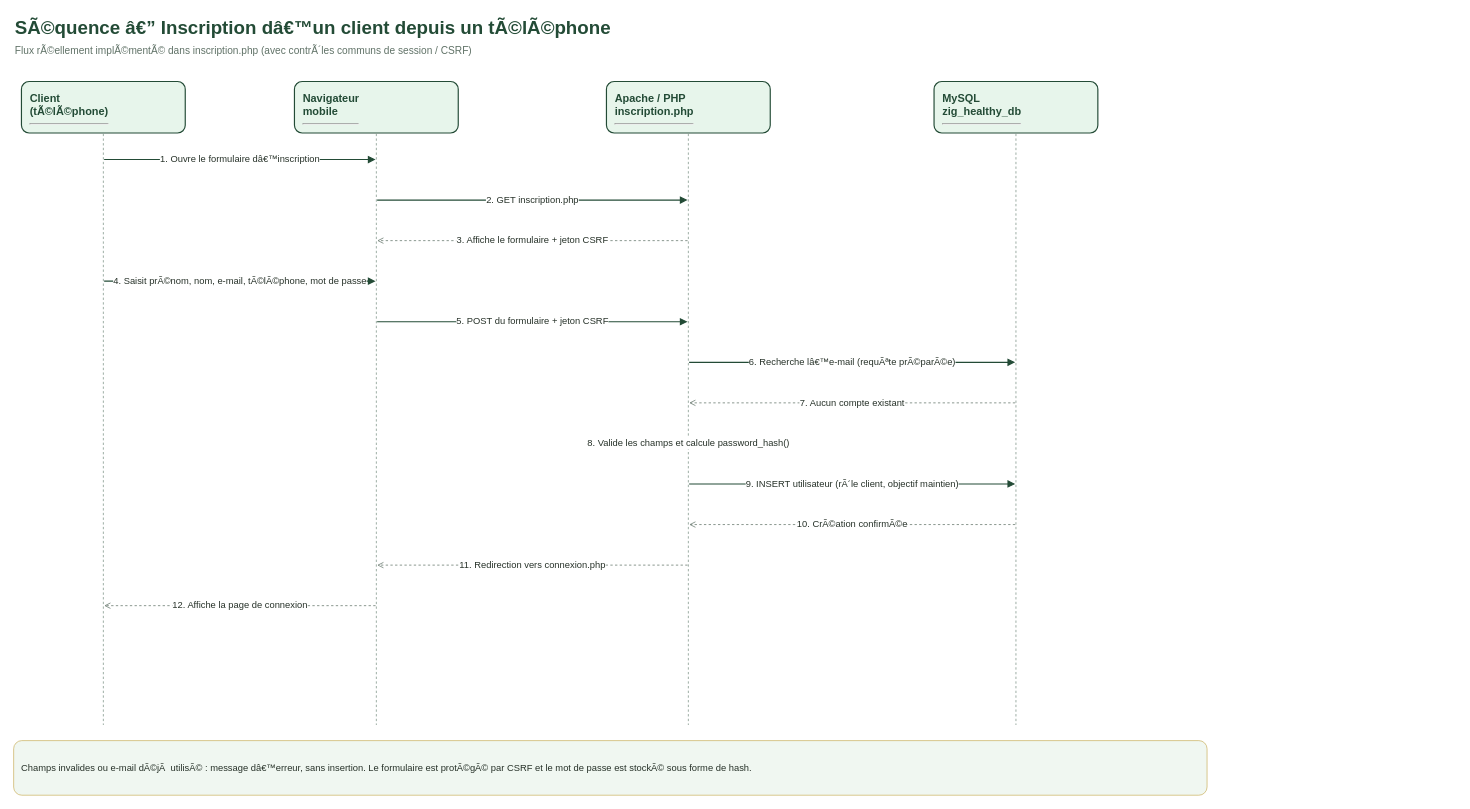
This is page "Séquence - inscription" (4 of 8) of diagrammes_SSHealthy.drawio from nooralshams/SS-Healthy, a draw.io file, before an edit. Source tidied: cells renumbered, new cells numbered last; positions are measured from the earlier drawing's top-left corner, leaving out a move shared by most shapes. Both pictures are drawn from the tidied source at 78%, with x=0, y=0 at pixel (13, 13).
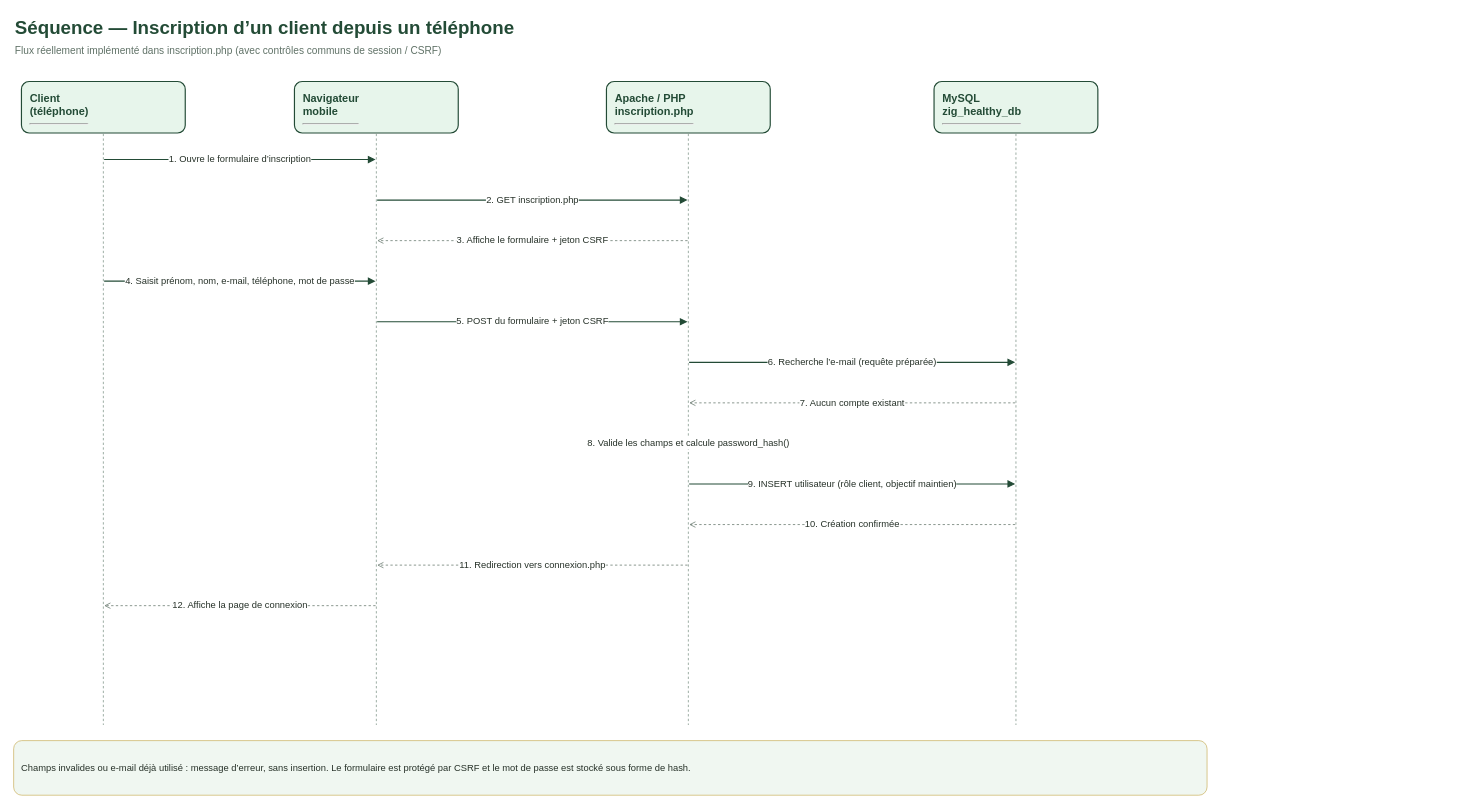
The same page after the edit.

The change refers to these unchanged cells:
```xml
<mxCell id="19" style="ellipse;fillColor=none;strokeColor=none;opacity=0;" parent="1" vertex="1">
  <mxGeometry x="114" y="186" width="2" height="2" as="geometry" />
</mxCell>
<mxCell id="20" style="ellipse;fillColor=none;strokeColor=none;opacity=0;" parent="1" vertex="1">
  <mxGeometry x="464" y="186" width="2" height="2" as="geometry" />
</mxCell>
<mxCell id="28" style="ellipse;fillColor=none;strokeColor=none;opacity=0;" parent="1" vertex="1">
  <mxGeometry x="114" y="342" width="2" height="2" as="geometry" />
</mxCell>
<mxCell id="29" style="ellipse;fillColor=none;strokeColor=none;opacity=0;" parent="1" vertex="1">
  <mxGeometry x="464" y="342" width="2" height="2" as="geometry" />
</mxCell>
<mxCell id="34" style="ellipse;fillColor=none;strokeColor=none;opacity=0;" parent="1" vertex="1">
  <mxGeometry x="864" y="446" width="2" height="2" as="geometry" />
</mxCell>
<mxCell id="35" style="ellipse;fillColor=none;strokeColor=none;opacity=0;" parent="1" vertex="1">
  <mxGeometry x="1284" y="446" width="2" height="2" as="geometry" />
</mxCell>
<mxCell id="43" style="ellipse;fillColor=none;strokeColor=none;opacity=0;" parent="1" vertex="1">
  <mxGeometry x="864" y="602" width="2" height="2" as="geometry" />
</mxCell>
<mxCell id="44" style="ellipse;fillColor=none;strokeColor=none;opacity=0;" parent="1" vertex="1">
  <mxGeometry x="1284" y="602" width="2" height="2" as="geometry" />
</mxCell>
<mxCell id="46" style="ellipse;fillColor=none;strokeColor=none;opacity=0;" parent="1" vertex="1">
  <mxGeometry x="1284" y="654" width="2" height="2" as="geometry" />
</mxCell>
<mxCell id="47" style="ellipse;fillColor=none;strokeColor=none;opacity=0;" parent="1" vertex="1">
  <mxGeometry x="864" y="654" width="2" height="2" as="geometry" />
</mxCell>
```

Diff of the diagram source:
```diff
@@
-    <mxCell id="2" value="&lt;b&gt;&lt;font color='#234B36' style='font-size:24px'&gt;SÃ©quence â€” Inscription dâ€™un client depuis un tÃ©lÃ©phone&lt;/font&gt;&lt;/b&gt;&lt;br&gt;&lt;font color='#607267' style='font-size:13px'&gt;Flux rÃ©ellement implÃ©mentÃ© dans inscription.php (avec contrÃ´les communs de session / CSRF)&lt;/font&gt;" style="text;html=1;align=left;verticalAlign=middle;whiteSpace=wrap;strokeColor=none;fillColor=none;fontSize=20;" parent="1" vertex="1">
+    <mxCell id="2" value="&lt;b&gt;&lt;font color='#234B36' style='font-size:24px'&gt;Séquence — Inscription d’un client depuis un téléphone&lt;/font&gt;&lt;/b&gt;&lt;br&gt;&lt;font color='#607267' style='font-size:13px'&gt;Flux réellement implémenté dans inscription.php (avec contrôles communs de session / CSRF)&lt;/font&gt;" style="text;html=1;align=left;verticalAlign=middle;whiteSpace=wrap;strokeColor=none;fillColor=none;fontSize=20;" parent="1" vertex="1">
       <mxGeometry width="1850" height="60" as="geometry" />
     </mxCell>
-    <mxCell id="3" value="&lt;b&gt;&lt;font color='#234B36' style='font-size:14px'&gt;Client&lt;br&gt;(tÃ©lÃ©phone)&lt;/font&gt;&lt;/b&gt;&lt;br&gt;&lt;hr&gt;" style="rounded=1;whiteSpace=wrap;html=1;align=left;verticalAlign=top;spacingLeft=9;spacingRight=7;spacingTop=7;fillColor=#E7F5EB;strokeColor=#234B36;strokeWidth=1.5;fontSize=13;fontColor=#263128;" parent="1" vertex="1">
+    <mxCell id="3" value="&lt;b&gt;&lt;font color='#234B36' style='font-size:14px'&gt;Client&lt;br&gt;(téléphone)&lt;/font&gt;&lt;/b&gt;&lt;br&gt;&lt;hr&gt;" style="rounded=1;whiteSpace=wrap;html=1;align=left;verticalAlign=top;spacingLeft=9;spacingRight=7;spacingTop=7;fillColor=#E7F5EB;strokeColor=#234B36;strokeWidth=1.5;fontSize=13;fontColor=#263128;" parent="1" vertex="1">
       <mxGeometry x="10" y="87" width="210" height="66" as="geometry" />
     </mxCell>
@@
-    <mxCell id="21" value="1. Ouvre le formulaire dâ€™inscription" style="edgeStyle=none;html=1;strokeColor=#234B36;strokeWidth=1.5;endArrow=block;endFill=1;fontSize=12;fontColor=#263128;labelBackgroundColor=#FFFFFF;" parent="1" edge="1" source="19" target="20">
+    <mxCell id="21" value="1. Ouvre le formulaire d’inscription" style="edgeStyle=none;html=1;strokeColor=#234B36;strokeWidth=1.5;endArrow=block;endFill=1;fontSize=12;fontColor=#263128;labelBackgroundColor=#FFFFFF;" parent="1" edge="1" source="19" target="20">
       <mxGeometry relative="1" as="geometry" />
     </mxCell>
@@
-    <mxCell id="30" value="4. Saisit prÃ©nom, nom, e-mail, tÃ©lÃ©phone, mot de passe" style="edgeStyle=none;html=1;strokeColor=#234B36;strokeWidth=1.5;endArrow=block;endFill=1;fontSize=12;fontColor=#263128;labelBackgroundColor=#FFFFFF;" parent="1" edge="1" source="28" target="29">
+    <mxCell id="30" value="4. Saisit prénom, nom, e-mail, téléphone, mot de passe" style="edgeStyle=none;html=1;strokeColor=#234B36;strokeWidth=1.5;endArrow=block;endFill=1;fontSize=12;fontColor=#263128;labelBackgroundColor=#FFFFFF;" parent="1" edge="1" source="28" target="29">
       <mxGeometry relative="1" as="geometry" />
     </mxCell>
@@
-    <mxCell id="36" value="6. Recherche lâ€™e-mail (requÃªte prÃ©parÃ©e)" style="edgeStyle=none;html=1;strokeColor=#234B36;strokeWidth=1.5;endArrow=block;endFill=1;fontSize=12;fontColor=#263128;labelBackgroundColor=#FFFFFF;" parent="1" edge="1" source="34" target="35">
+    <mxCell id="36" value="6. Recherche l’e-mail (requête préparée)" style="edgeStyle=none;html=1;strokeColor=#234B36;strokeWidth=1.5;endArrow=block;endFill=1;fontSize=12;fontColor=#263128;labelBackgroundColor=#FFFFFF;" parent="1" edge="1" source="34" target="35">
       <mxGeometry relative="1" as="geometry" />
     </mxCell>
@@
-    <mxCell id="45" value="9. INSERT utilisateur (rÃ´le client, objectif maintien)" style="edgeStyle=none;html=1;strokeColor=#234B36;strokeWidth=1.5;endArrow=block;endFill=1;fontSize=12;fontColor=#263128;labelBackgroundColor=#FFFFFF;" parent="1" edge="1" source="43" target="44">
+    <mxCell id="45" value="9. INSERT utilisateur (rôle client, objectif maintien)" style="edgeStyle=none;html=1;strokeColor=#234B36;strokeWidth=1.5;endArrow=block;endFill=1;fontSize=12;fontColor=#263128;labelBackgroundColor=#FFFFFF;" parent="1" edge="1" source="43" target="44">
       <mxGeometry relative="1" as="geometry" />
     </mxCell>
@@
-    <mxCell id="48" value="10. CrÃ©ation confirmÃ©e" style="edgeStyle=none;html=1;dashed=1;strokeColor=#6A7B70;endArrow=open;endFill=0;fontSize=12;fontColor=#263128;labelBackgroundColor=#FFFFFF;" parent="1" edge="1" source="46" target="47">
+    <mxCell id="48" value="10. Création confirmée" style="edgeStyle=none;html=1;dashed=1;strokeColor=#6A7B70;endArrow=open;endFill=0;fontSize=12;fontColor=#263128;labelBackgroundColor=#FFFFFF;" parent="1" edge="1" source="46" target="47">
       <mxGeometry relative="1" as="geometry" />
     </mxCell>
@@
-    <mxCell id="55" value="Champs invalides ou e-mail dÃ©jÃ  utilisÃ© : message dâ€™erreur, sans insertion. Le formulaire est protÃ©gÃ© par CSRF et le mot de passe est stockÃ© sous forme de hash." style="rounded=1;whiteSpace=wrap;html=1;align=left;verticalAlign=middle;spacing=10;fillColor=#F0F7F1;strokeColor=#D0B96E;fontSize=12;fontColor=#263128;" parent="1" vertex="1">
+    <mxCell id="55" value="Champs invalides ou e-mail déjà utilisé : message d’erreur, sans insertion. Le formulaire est protégé par CSRF et le mot de passe est stocké sous forme de hash." style="rounded=1;whiteSpace=wrap;html=1;align=left;verticalAlign=middle;spacing=10;fillColor=#F0F7F1;strokeColor=#D0B96E;fontSize=12;fontColor=#263128;" parent="1" vertex="1">
       <mxGeometry y="932" width="1530" height="70" as="geometry" />
     </mxCell>
```
